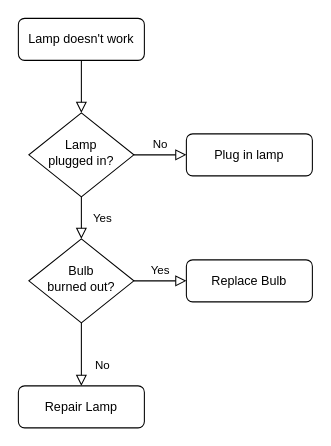
The draw.io diagram Diagrama sem nome.drawio in jrcezar1/hackingsweb.github.io, before the edit. Source tidied: cells renumbered, new cells numbered last; positions are measured from the earlier drawing's top-left corner, leaving out a move shared by most shapes. Both pictures are drawn from the tidied source at 105%, with x=0, y=0 at pixel (18, 18).
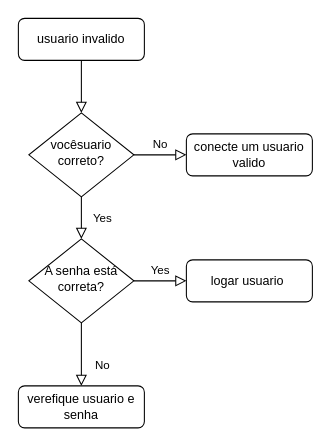
The same diagram, later.

Diff of the diagram source:
```diff
@@
 <mxGraphModel>
   <root>
     <mxCell id="0" />
     <mxCell id="1" parent="0" />
     <mxCell id="2" style="rounded=0;html=1;jettySize=auto;fontSize=11;endArrow=block;endFill=0;endSize=8;strokeWidth=1;shadow=0;labelBackgroundColor=none;edgeStyle=orthogonalEdgeStyle;" parent="1" edge="1" source="3" target="6">
       <mxGeometry relative="1" as="geometry" />
     </mxCell>
-    <mxCell id="3" value="Lamp doesn't work" style="rounded=1;whiteSpace=wrap;html=1;fontSize=12;glass=0;strokeWidth=1;shadow=0;" parent="1" vertex="1">
+    <mxCell id="3" value="usuario invalido" style="rounded=1;whiteSpace=wrap;html=1;fontSize=12;glass=0;strokeWidth=1;shadow=0;" parent="1" vertex="1">
       <mxGeometry width="120" height="40" as="geometry" />
     </mxCell>
     <mxCell id="4" value="Yes" style="rounded=0;html=1;jettySize=auto;fontSize=11;endArrow=block;endFill=0;endSize=8;strokeWidth=1;shadow=0;labelBackgroundColor=none;edgeStyle=orthogonalEdgeStyle;" parent="1" edge="1" source="6" target="10">
       <mxGeometry y="20" relative="1" as="geometry" />
     </mxCell>
     <mxCell id="5" value="No" style="edgeStyle=orthogonalEdgeStyle;rounded=0;html=1;jettySize=auto;fontSize=11;endArrow=block;endFill=0;endSize=8;strokeWidth=1;shadow=0;labelBackgroundColor=none;" parent="1" edge="1" source="6" target="7">
       <mxGeometry y="10" relative="1" as="geometry" />
     </mxCell>
-    <mxCell id="6" value="Lamp&lt;br&gt;plugged in?" style="rhombus;whiteSpace=wrap;html=1;shadow=0;fontFamily=Helvetica;fontSize=12;align=center;strokeWidth=1;spacing=6;spacingTop=-4;" parent="1" vertex="1">
+    <mxCell id="6" value="vocêsuario correto?" style="rhombus;whiteSpace=wrap;html=1;shadow=0;fontFamily=Helvetica;fontSize=12;align=center;strokeWidth=1;spacing=6;spacingTop=-4;" parent="1" vertex="1">
       <mxGeometry x="10" y="90" width="100" height="80" as="geometry" />
     </mxCell>
-    <mxCell id="7" value="Plug in lamp" style="rounded=1;whiteSpace=wrap;html=1;fontSize=12;glass=0;strokeWidth=1;shadow=0;" parent="1" vertex="1">
+    <mxCell id="7" value="conecte um usuario valido" style="rounded=1;whiteSpace=wrap;html=1;fontSize=12;glass=0;strokeWidth=1;shadow=0;" parent="1" vertex="1">
       <mxGeometry x="160" y="110" width="120" height="40" as="geometry" />
     </mxCell>
     <mxCell id="8" value="No" style="rounded=0;html=1;jettySize=auto;fontSize=11;endArrow=block;endFill=0;endSize=8;strokeWidth=1;shadow=0;labelBackgroundColor=none;edgeStyle=orthogonalEdgeStyle;" parent="1" edge="1" source="10" target="11">
       <mxGeometry x="0.33" y="20" relative="1" as="geometry" />
     </mxCell>
     <mxCell id="9" value="Yes" style="edgeStyle=orthogonalEdgeStyle;rounded=0;html=1;jettySize=auto;fontSize=11;endArrow=block;endFill=0;endSize=8;strokeWidth=1;shadow=0;labelBackgroundColor=none;" parent="1" edge="1" source="10" target="12">
       <mxGeometry y="10" relative="1" as="geometry" />
     </mxCell>
-    <mxCell id="10" value="Bulb&lt;br&gt;burned out?" style="rhombus;whiteSpace=wrap;html=1;shadow=0;fontFamily=Helvetica;fontSize=12;align=center;strokeWidth=1;spacing=6;spacingTop=-4;" parent="1" vertex="1">
+    <mxCell id="10" value="A senha está correta?" style="rhombus;whiteSpace=wrap;html=1;shadow=0;fontFamily=Helvetica;fontSize=12;align=center;strokeWidth=1;spacing=6;spacingTop=-4;" parent="1" vertex="1">
       <mxGeometry x="10" y="210" width="100" height="80" as="geometry" />
     </mxCell>
-    <mxCell id="11" value="Repair Lamp" style="rounded=1;whiteSpace=wrap;html=1;fontSize=12;glass=0;strokeWidth=1;shadow=0;" parent="1" vertex="1">
+    <mxCell id="11" value="verefique usuario e senha" style="rounded=1;whiteSpace=wrap;html=1;fontSize=12;glass=0;strokeWidth=1;shadow=0;" parent="1" vertex="1">
       <mxGeometry y="350" width="120" height="40" as="geometry" />
     </mxCell>
-    <mxCell id="12" value="Replace Bulb" style="rounded=1;whiteSpace=wrap;html=1;fontSize=12;glass=0;strokeWidth=1;shadow=0;" parent="1" vertex="1">
+    <mxCell id="12" value="logar usuario&amp;nbsp;" style="rounded=1;whiteSpace=wrap;html=1;fontSize=12;glass=0;strokeWidth=1;shadow=0;" parent="1" vertex="1">
       <mxGeometry x="160" y="230" width="120" height="40" as="geometry" />
     </mxCell>
   </root>
 </mxGraphModel>
```
